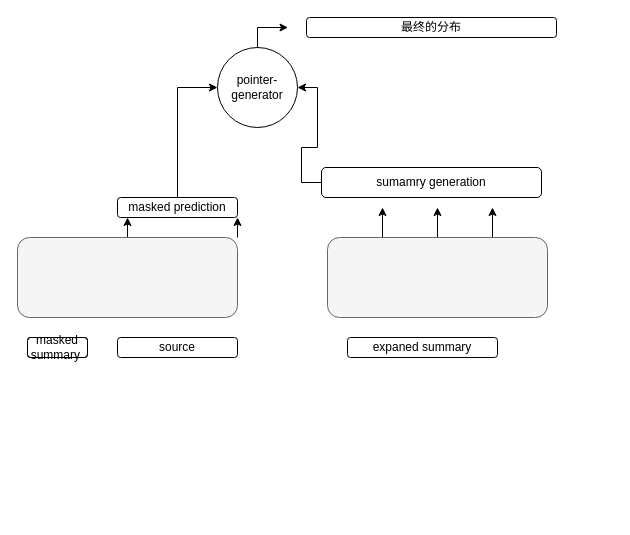
ChengchengDu/ChengchengDu.github.io keeps this draw.io diagram as new_answer.drawio. Above is the earlier version. Source tidied: cells renumbered, new cells numbered last; positions are measured from the earlier drawing's top-left corner, leaving out a move shared by most shapes. Both pictures are drawn from the tidied source at 100%, with x=0, y=0 at pixel (17, 17).
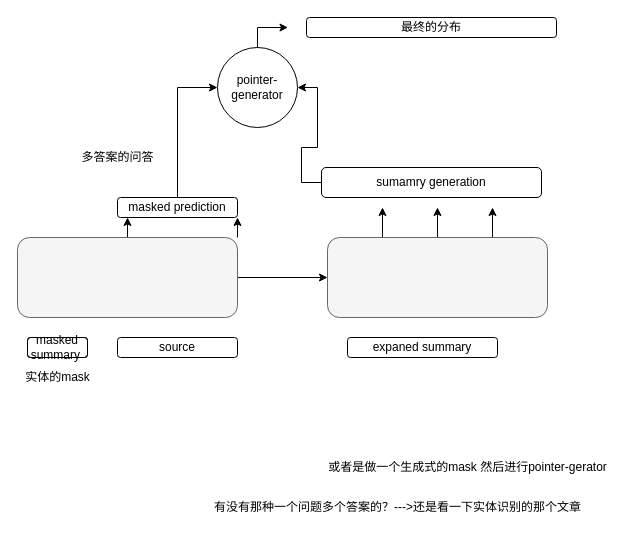
The same page after the edit.

The change refers to these unchanged cells:
```xml
<mxCell id="4" style="rounded=1;whiteSpace=wrap;html=1;fillColor=#f5f5f5;strokeColor=#666666;fontColor=#333333;" parent="1" vertex="1">
  <mxGeometry y="220" width="220" height="80" as="geometry" />
</mxCell>
<mxCell id="8" style="rounded=1;whiteSpace=wrap;html=1;fillColor=#f5f5f5;strokeColor=#666666;fontColor=#333333;" parent="1" vertex="1">
  <mxGeometry x="310" y="220" width="220" height="80" as="geometry" />
</mxCell>
```

Diff of the diagram source:
```diff
@@
+    <mxCell id="20" style="edgeStyle=orthogonalEdgeStyle;rounded=0;jettySize=auto;html=1;entryX=0;entryY=0.5;entryDx=0;entryDy=0;" parent="1" edge="1" source="4" target="8">
+      <mxGeometry relative="1" as="geometry" />
+    </mxCell>
@@
+    <mxCell id="21" value="实体的mask" style="text;html=1;align=center;verticalAlign=middle;" parent="1" vertex="1">
+      <mxGeometry y="350" width="80" height="20" as="geometry" />
+    </mxCell>
+    <mxCell id="22" value="或者是做一个生成式的mask 然后进行pointer-gerator" style="text;html=1;align=center;verticalAlign=middle;" parent="1" vertex="1">
+      <mxGeometry x="305" y="440" width="290" height="20" as="geometry" />
+    </mxCell>
+    <mxCell id="23" value="有没有那种一个问题多个答案的？---&amp;gt;还是看一下实体识别的那个文章" style="text;html=1;align=center;verticalAlign=middle;" parent="1" vertex="1">
+      <mxGeometry x="190" y="480" width="380" height="20" as="geometry" />
+    </mxCell>
+    <mxCell id="24" value="多答案的问答" style="text;html=1;align=center;verticalAlign=middle;" parent="1" vertex="1">
+      <mxGeometry x="55" y="130" width="90" height="20" as="geometry" />
+    </mxCell>
```
